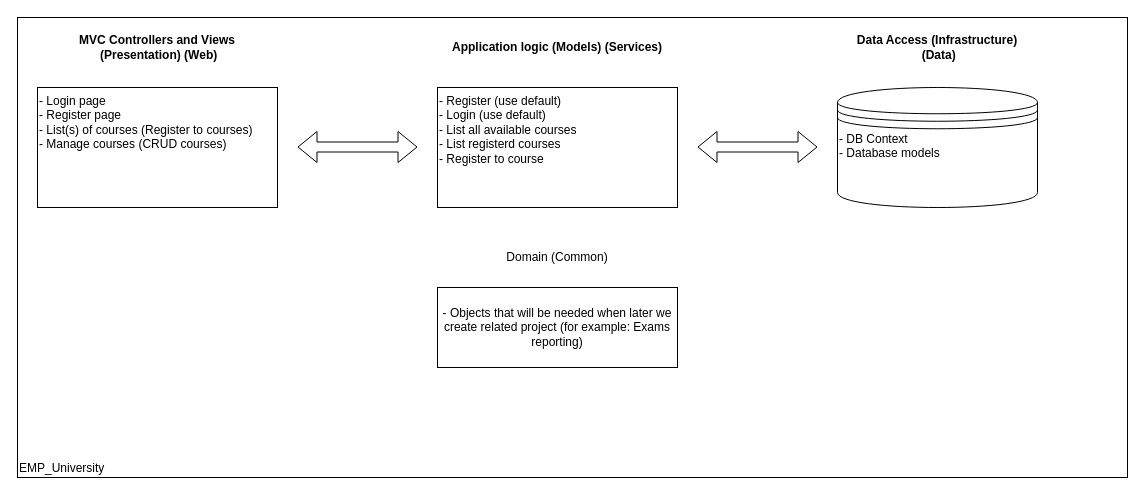
This is page "Tiers" (1 of 2) of Diagram_EMP_Uni.drawio from Obelixx/EMP_University, a draw.io file, before an edit. Source tidied: cells renumbered, new cells numbered last; positions are measured from the earlier drawing's top-left corner, leaving out a move shared by most shapes. Both pictures are drawn from the tidied source at 100%, with x=0, y=0 at pixel (17, 17).
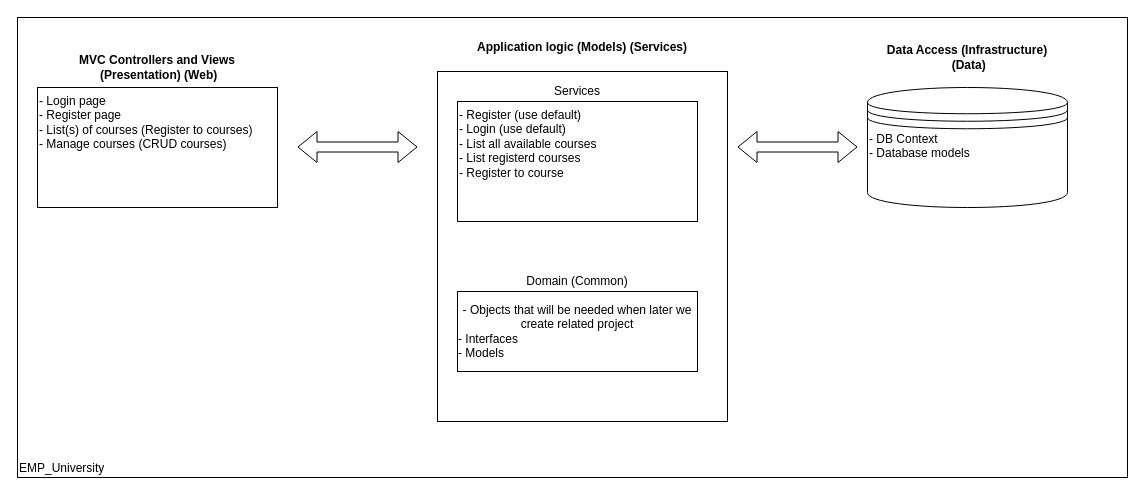
After the change.

What changed in the source:
```diff
@@
-    <mxCell id="3" value="&lt;div&gt;- DB Context&lt;br&gt;&lt;/div&gt;&lt;div&gt;- Database models&lt;/div&gt;" style="shape=datastore;whiteSpace=wrap;html=1;align=left;fontStyle=0;verticalAlign=top;" parent="1" vertex="1">
-      <mxGeometry x="820" y="70" width="200" height="120" as="geometry" />
-    </mxCell>
-    <mxCell id="4" value="&lt;div&gt;- Register (use default)&lt;/div&gt;&lt;div&gt;- Login (use default)&lt;br&gt;&lt;/div&gt;&lt;div&gt;- List all available courses&lt;/div&gt;&lt;div&gt;- List registerd courses&lt;/div&gt;&lt;div&gt;- Register to course&lt;br&gt;&lt;/div&gt;" style="rounded=0;whiteSpace=wrap;html=1;align=left;verticalAlign=top;" parent="1" vertex="1">
-      <mxGeometry x="420" y="70" width="240" height="120" as="geometry" />
-    </mxCell>
-    <mxCell id="5" value="&lt;div&gt;Data Access (Infrastructure)&lt;/div&gt;&amp;nbsp;(Data)" style="text;html=1;strokeColor=none;fillColor=none;align=center;verticalAlign=middle;whiteSpace=wrap;rounded=0;fontStyle=1;horizontal=1;" parent="1" vertex="1">
-      <mxGeometry x="820" y="10" width="200" height="40" as="geometry" />
-    </mxCell>
-    <mxCell id="6" value="&lt;div&gt;MVC Controllers and Views&lt;/div&gt;&lt;div&gt;&amp;nbsp;(Presentation) (Web)&lt;/div&gt;" style="text;html=1;strokeColor=none;fillColor=none;align=center;verticalAlign=middle;whiteSpace=wrap;rounded=0;fontStyle=1;" parent="1" vertex="1">
-      <mxGeometry x="20" y="10" width="240" height="40" as="geometry" />
-    </mxCell>
-    <mxCell id="7" value="&lt;div&gt;Application logic (Models) (Services)&lt;/div&gt;" style="text;html=1;strokeColor=none;fillColor=none;align=center;verticalAlign=middle;whiteSpace=wrap;rounded=0;fontStyle=1;" parent="1" vertex="1">
-      <mxGeometry x="420" y="10" width="240" height="40" as="geometry" />
-    </mxCell>
-    <mxCell id="8" value="&lt;div&gt;- Login page&lt;/div&gt;&lt;div&gt;- Register page&lt;/div&gt;&lt;div&gt;- List(s) of courses (Register to courses)&lt;br&gt;&lt;/div&gt;&lt;div&gt;- Manage courses (CRUD courses)&lt;br&gt;&lt;/div&gt;" style="rounded=0;whiteSpace=wrap;html=1;align=left;verticalAlign=top;" parent="1" vertex="1">
-      <mxGeometry x="20" y="70" width="240" height="120" as="geometry" />
-    </mxCell>
     <mxCell id="9" style="shape=flexArrow;endArrow=classic;startArrow=classic;html=1;" parent="1" edge="1">
       <mxGeometry relative="1" as="geometry">
-        <mxPoint x="680" y="129.5" as="sourcePoint" />
-        <mxPoint x="800" y="129.5" as="targetPoint" />
+        <mxPoint x="720" y="129.5" as="sourcePoint" />
+        <mxPoint x="840" y="129.5" as="targetPoint" />
       </mxGeometry>
     </mxCell>
@@
+    <mxCell id="13" style="group;" parent="1" vertex="1">
+      <mxGeometry x="850" y="20" width="200" height="170" as="geometry" />
+    </mxCell>
+    <mxCell id="3" value="&lt;div&gt;- DB Context&lt;br&gt;&lt;/div&gt;&lt;div&gt;- Database models&lt;/div&gt;" style="shape=datastore;whiteSpace=wrap;html=1;align=left;fontStyle=0;verticalAlign=top;" parent="13" vertex="1">
+      <mxGeometry y="50" width="200" height="120" as="geometry" />
+    </mxCell>
+    <mxCell id="5" value="&lt;div&gt;Data Access (Infrastructure)&lt;/div&gt;&amp;nbsp;(Data)" style="text;html=1;strokeColor=none;fillColor=none;align=center;verticalAlign=middle;whiteSpace=wrap;rounded=0;fontStyle=1;horizontal=1;" parent="13" vertex="1">
+      <mxGeometry width="200" height="40" as="geometry" />
+    </mxCell>
+    <mxCell id="14" style="group;" parent="1" vertex="1">
+      <mxGeometry x="410" y="10" width="300" height="390" as="geometry" />
+    </mxCell>
+    <mxCell id="7" value="&lt;div&gt;Application logic (Models) (Services)&lt;/div&gt;" style="text;html=1;strokeColor=none;fillColor=none;align=center;verticalAlign=middle;whiteSpace=wrap;rounded=0;fontStyle=1;" parent="14" vertex="1">
+      <mxGeometry x="10" width="290" height="40" as="geometry" />
+    </mxCell>
+    <mxCell id="15" style="group;" parent="14" vertex="1">
+      <mxGeometry y="40" width="290" height="350" as="geometry" />
+    </mxCell>
+    <mxCell id="16" style="group;" parent="15" vertex="1">
+      <mxGeometry x="10" y="4" width="290" height="350" as="geometry" />
+    </mxCell>
+    <mxCell id="17" style="rounded=0;whiteSpace=wrap;html=1;align=left;" parent="16" vertex="1">
+      <mxGeometry width="290" height="350" as="geometry" />
+    </mxCell>
+    <mxCell id="18" style="group;" parent="16" vertex="1">
+      <mxGeometry x="20" y="10" width="240" height="140" as="geometry" />
+    </mxCell>
+    <mxCell id="4" value="&lt;div&gt;- Register (use default)&lt;/div&gt;&lt;div&gt;- Login (use default)&lt;br&gt;&lt;/div&gt;&lt;div&gt;- List all available courses&lt;/div&gt;&lt;div&gt;- List registerd courses&lt;/div&gt;&lt;div&gt;- Register to course&lt;br&gt;&lt;/div&gt;" style="rounded=0;whiteSpace=wrap;html=1;align=left;verticalAlign=top;" parent="18" vertex="1">
+      <mxGeometry y="20" width="240" height="120" as="geometry" />
+    </mxCell>
+    <mxCell id="19" value="&lt;div&gt;Services&lt;/div&gt;" style="text;html=1;strokeColor=none;fillColor=none;align=center;verticalAlign=middle;whiteSpace=wrap;rounded=0;" parent="18" vertex="1">
+      <mxGeometry width="240" height="20" as="geometry" />
+    </mxCell>
+    <mxCell id="20" style="group;align=left;verticalAlign=top;" parent="16" vertex="1">
+      <mxGeometry x="20" y="200" width="240" height="100" as="geometry" />
+    </mxCell>
-    <mxCell id="11" value="- Objects that will be needed when later we create related project (for example: Exams reporting)" style="rounded=0;whiteSpace=wrap;html=1;" parent="1" vertex="1">
-      <mxGeometry x="420" y="270" width="240" height="80" as="geometry" />
+    <mxCell id="11" value="&lt;div&gt;- Objects that will be needed when later we create related project&lt;/div&gt;&lt;div align=&quot;left&quot;&gt;- Interfaces&lt;br&gt;&lt;/div&gt;&lt;div align=&quot;left&quot;&gt;- Models&lt;br&gt;&lt;/div&gt;" style="rounded=0;whiteSpace=wrap;html=1;" parent="20" vertex="1">
+      <mxGeometry y="20" width="240" height="80" as="geometry" />
     </mxCell>
-    <mxCell id="12" value="&lt;div&gt;Domain (Common)&lt;/div&gt;" style="text;html=1;strokeColor=none;fillColor=none;align=center;verticalAlign=middle;whiteSpace=wrap;rounded=0;" parent="1" vertex="1">
-      <mxGeometry x="420" y="230" width="240" height="20" as="geometry" />
+    <mxCell id="12" value="&lt;div&gt;Domain (Common)&lt;/div&gt;" style="text;html=1;strokeColor=none;fillColor=none;align=center;verticalAlign=middle;whiteSpace=wrap;rounded=0;" parent="20" vertex="1">
+      <mxGeometry width="240" height="20" as="geometry" />
     </mxCell>
+    <mxCell id="21" style="group;" parent="1" vertex="1">
+      <mxGeometry x="20" y="30" width="240" height="160" as="geometry" />
+    </mxCell>
+    <mxCell id="6" value="&lt;div&gt;MVC Controllers and Views&lt;/div&gt;&lt;div&gt;&amp;nbsp;(Presentation) (Web)&lt;/div&gt;" style="text;html=1;strokeColor=none;fillColor=none;align=center;verticalAlign=middle;whiteSpace=wrap;rounded=0;fontStyle=1;" parent="21" vertex="1">
+      <mxGeometry width="240" height="40" as="geometry" />
+    </mxCell>
+    <mxCell id="8" value="&lt;div&gt;- Login page&lt;/div&gt;&lt;div&gt;- Register page&lt;/div&gt;&lt;div&gt;- List(s) of courses (Register to courses)&lt;br&gt;&lt;/div&gt;&lt;div&gt;- Manage courses (CRUD courses)&lt;br&gt;&lt;/div&gt;" style="rounded=0;whiteSpace=wrap;html=1;align=left;verticalAlign=top;" parent="21" vertex="1">
+      <mxGeometry y="40" width="240" height="120" as="geometry" />
+    </mxCell>
```
